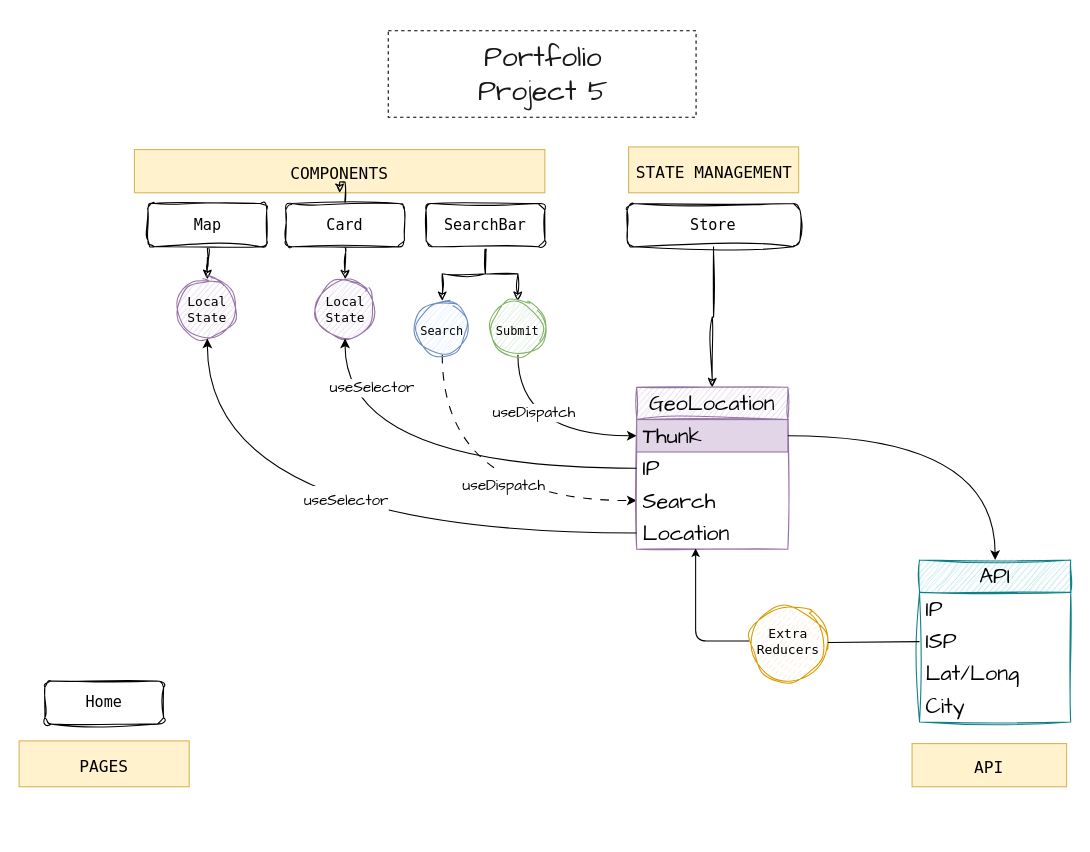
Before: page "design" (1 of 2) of design_flowchart.drawio in billybenntt/portfolio-project-5-ip_address_tracker, a draw.io diagram. Source tidied: cells renumbered, new cells numbered last; positions are measured from the earlier drawing's top-left corner, leaving out a move shared by most shapes. Both pictures are drawn from the tidied source at 108%, with x=0, y=0 at pixel (18, 30).
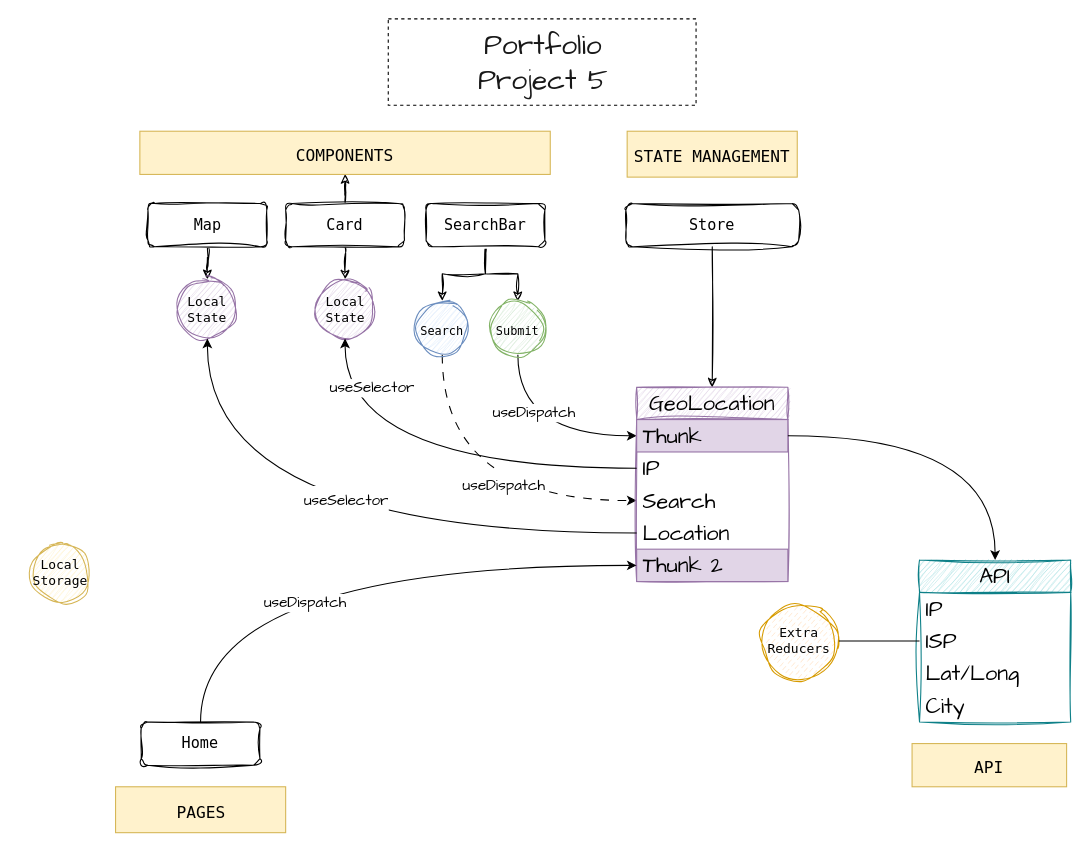
The same diagram, later.

The change refers to these unchanged cells:
```xml
<mxCell id="22" value="Location" style="text;strokeColor=none;fillColor=none;align=left;verticalAlign=middle;spacingLeft=4;spacingRight=4;overflow=hidden;points=[[0,0.5],[1,0.5]];portConstraint=eastwest;whiteSpace=wrap;html=1;fontSize=20;fontFamily=Architects Daughter;" parent="18" vertex="1">
  <mxGeometry y="120" width="140" height="30" as="geometry" />
</mxCell>
```

The edit, as a diff of the source:
```diff
@@
     <mxCell id="5" value="&lt;font style=&quot;font-size: 15px;&quot;&gt;COMPONENTS&lt;/font&gt;" style="text;html=1;strokeColor=#d6b656;fillColor=#fff2cc;align=center;verticalAlign=middle;whiteSpace=wrap;overflow=hidden;fontSize=20;fontFamily=Lucida Console;" parent="1" vertex="1">
-      <mxGeometry x="107" y="110" width="380" height="40" as="geometry" />
+      <mxGeometry x="112" y="93" width="380" height="40" as="geometry" />
     </mxCell>
@@
     <mxCell id="12" value="&lt;font style=&quot;font-size: 15px;&quot;&gt;STATE MANAGEMENT&lt;/font&gt;" style="text;html=1;strokeColor=#d6b656;fillColor=#fff2cc;align=center;verticalAlign=middle;whiteSpace=wrap;overflow=hidden;fontSize=20;fontFamily=Lucida Console;" parent="1" vertex="1">
-      <mxGeometry x="564.5" y="107.5" width="157.5" height="42.5" as="geometry" />
+      <mxGeometry x="563.2" y="93" width="157.5" height="42.5" as="geometry" />
     </mxCell>
@@
     <mxCell id="18" value="GeoLocation" style="swimlane;fontStyle=0;horizontal=1;startSize=30;whiteSpace=wrap;html=1;sketch=1;hachureGap=4;jiggle=2;curveFitting=1;fontFamily=Architects Daughter;fontSize=20;fillColor=#e1d5e7;strokeColor=#9673a6;" parent="1" vertex="1">
-      <mxGeometry x="572" y="330" width="140" height="150" as="geometry" />
+      <mxGeometry x="572" y="330" width="140" height="180" as="geometry" />
     </mxCell>
@@
+    <mxCell id="44" value="Thunk 2" style="text;strokeColor=#9673a6;fillColor=#e1d5e7;align=left;verticalAlign=middle;spacingLeft=4;spacingRight=4;overflow=hidden;points=[[0,0.5],[1,0.5]];portConstraint=eastwest;whiteSpace=wrap;html=1;fontSize=20;fontFamily=Architects Daughter;" parent="18" vertex="1">
+      <mxGeometry y="150" width="140" height="30" as="geometry" />
+    </mxCell>
@@
     <mxCell id="31" value="Portfolio&lt;br style=&quot;font-size: 26px;&quot;&gt;Project 5&lt;br style=&quot;font-size: 26px;&quot;&gt;" style="text;strokeColor=default;fillColor=default;html=1;fontSize=26;fontStyle=0;verticalAlign=middle;align=center;fontFamily=Architects Daughter;labelBorderColor=none;textOpacity=90;spacingTop=1;rounded=0;glass=0;shadow=0;imageAspect=1;absoluteArcSize=0;direction=east;dashed=1;" parent="1" vertex="1">
-      <mxGeometry x="342" width="285" height="80" as="geometry" />
+      <mxGeometry x="342" y="-11" width="285" height="80" as="geometry" />
     </mxCell>
-    <mxCell id="32" style="edgeStyle=orthogonalEdgeStyle;rounded=0;sketch=1;hachureGap=4;jiggle=2;curveFitting=1;jettySize=auto;html=1;fontFamily=Architects Daughter;fontSize=16;" parent="1" edge="1" source="33" target="18">
+    <mxCell id="32" style="edgeStyle=orthogonalEdgeStyle;rounded=0;hachureGap=4;jettySize=auto;html=1;fontFamily=Architects Daughter;fontSize=16;strokeColor=default;sketch=1;curveFitting=1;jiggle=2;" parent="1" edge="1" source="33" target="18">
       <mxGeometry relative="1" as="geometry" />
     </mxCell>
     <mxCell id="33" value="Store" style="rounded=1;whiteSpace=wrap;html=1;sketch=1;hachureGap=4;jiggle=2;curveFitting=1;fontFamily=Lucida Console;fontSize=14;" parent="1" vertex="1">
-      <mxGeometry x="563.2" y="160" width="160" height="40" as="geometry" />
+      <mxGeometry x="562" y="160" width="160" height="40" as="geometry" />
     </mxCell>
@@
     <mxCell id="39" value="&lt;p style=&quot;line-height: 120%;&quot;&gt;&lt;font style=&quot;font-size: 12px;&quot;&gt;Extra&lt;br&gt;Reducers&lt;/font&gt;&lt;/p&gt;" style="ellipse;whiteSpace=wrap;html=1;sketch=1;hachureGap=4;jiggle=2;curveFitting=1;fontFamily=Lucida Console;fontSize=12;fillColor=#ffe6cc;strokeColor=#d79b00;noLabel=0;snapToPoint=0;disableMultiStrokeFill=0;shadow=0;perimeterSpacing=1;gradientColor=none;fillStyle=dashed;" parent="1" vertex="1">
-      <mxGeometry x="677" y="530.8" width="71.2" height="71.2" as="geometry" />
+      <mxGeometry x="687" y="529.4" width="71.2" height="71.2" as="geometry" />
     </mxCell>
@@
-    <mxCell id="41" style="edgeStyle=orthogonalEdgeStyle;rounded=1;hachureGap=4;jettySize=auto;html=1;entryX=0.39;entryY=0.978;entryDx=0;entryDy=0;entryPerimeter=0;fontFamily=Architects Daughter;fontSize=16;curved=0;jumpStyle=sharp;endSize=5;" parent="1" edge="1" source="39" target="22">
-      <mxGeometry relative="1" as="geometry">
-        <Array as="points">
-          <mxPoint x="627" y="565" />
-        </Array>
-      </mxGeometry>
-    </mxCell>
+    <mxCell id="45" style="edgeStyle=orthogonalEdgeStyle;rounded=0;hachureGap=4;jettySize=auto;html=1;fontFamily=Architects Daughter;fontSize=16;curved=1;" parent="1" edge="1" source="42" target="44">
+      <mxGeometry relative="1" as="geometry" />
+    </mxCell>
+    <mxCell id="46" value="useDispatch" style="edgeLabel;html=1;align=center;verticalAlign=middle;fontSize=14;fontFamily=Architects Daughter;" parent="45" vertex="1">
+      <mxGeometry x="-0.12" y="-34" relative="1" as="geometry" />
+    </mxCell>
     <mxCell id="42" value="&lt;font style=&quot;font-size: 14px;&quot;&gt;Home&lt;/font&gt;" style="rounded=1;whiteSpace=wrap;html=1;sketch=1;hachureGap=4;jiggle=2;curveFitting=1;fontFamily=Lucida Console;fontSize=14;" parent="1" vertex="1">
-      <mxGeometry x="24" y="602" width="110" height="40" as="geometry" />
+      <mxGeometry x="113.2" y="640" width="110" height="40" as="geometry" />
     </mxCell>
     <mxCell id="43" value="&lt;font style=&quot;font-size: 15px;&quot;&gt;PAGES&lt;/font&gt;" style="text;html=1;strokeColor=#d6b656;fillColor=#fff2cc;align=center;verticalAlign=middle;whiteSpace=wrap;overflow=hidden;fontSize=20;fontFamily=Lucida Console;" parent="1" vertex="1">
-      <mxGeometry x="0.2" y="657.5" width="157.5" height="42.5" as="geometry" />
+      <mxGeometry x="89.5" y="700" width="157.5" height="42.5" as="geometry" />
     </mxCell>
+    <mxCell id="47" value="&lt;p style=&quot;line-height: 120%;&quot;&gt;&lt;font style=&quot;font-size: 12px;&quot;&gt;Local Storage&lt;/font&gt;&lt;/p&gt;" style="ellipse;whiteSpace=wrap;html=1;sketch=1;hachureGap=4;jiggle=2;curveFitting=1;fontFamily=Lucida Console;fontSize=12;fillColor=#fff2cc;strokeColor=#d6b656;" parent="1" vertex="1">
+      <mxGeometry x="11" y="474.4" width="55" height="55" as="geometry" />
+    </mxCell>
```
